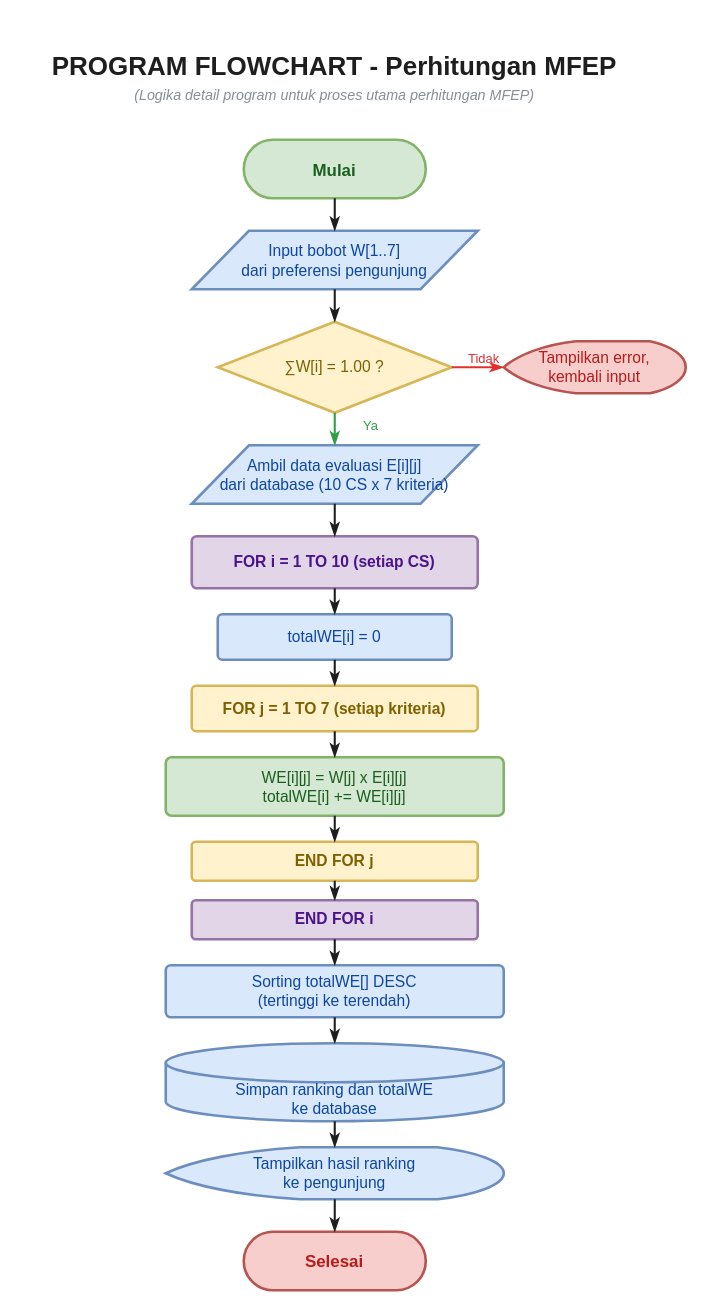
akbarwijayaa/ansi-07 keeps this draw.io diagram as drawio/program_flowchart.drawio. Above is the earlier version. Source tidied: cells renumbered, new cells numbered last; positions are measured from the earlier drawing's top-left corner, leaving out a move shared by most shapes. Both pictures are drawn from the tidied source at 130%, with x=0, y=0 at pixel (22, 48).
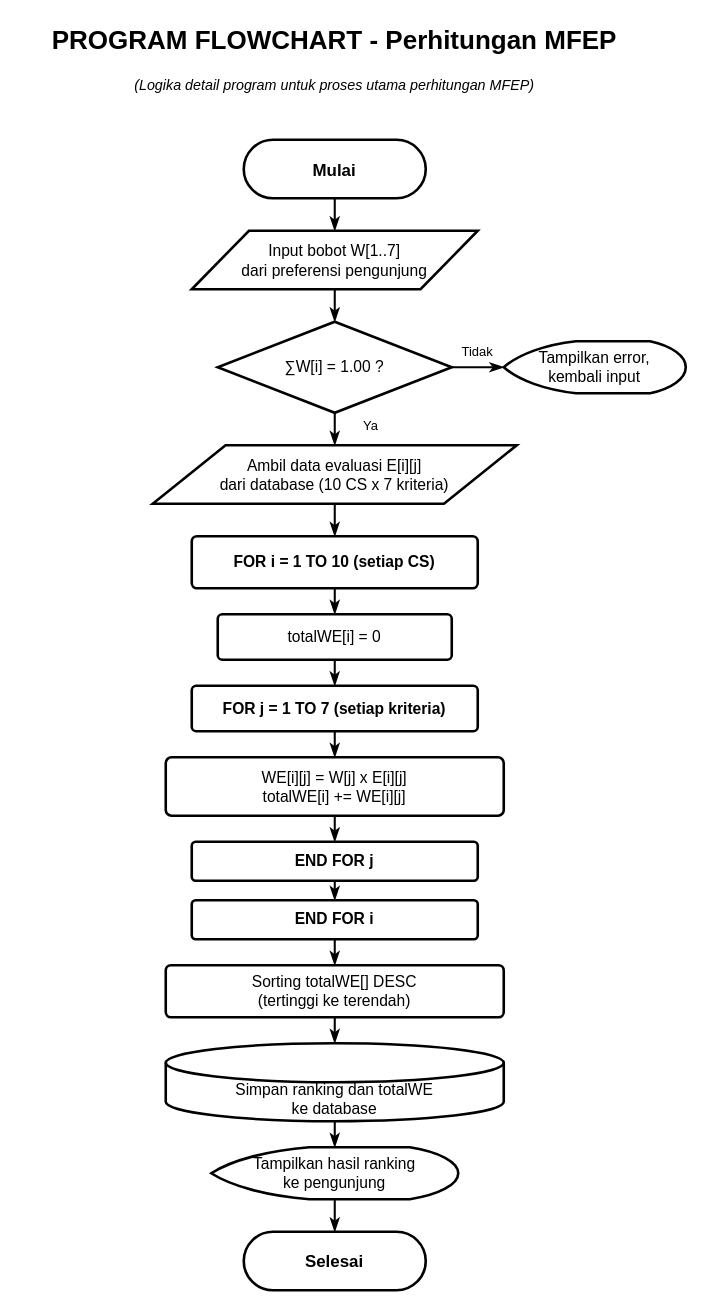
The same page after the edit.

Diff of the diagram source:
```diff
@@
-    <mxCell id="2" value="Mulai" style="rounded=1;arcSize=50;fillColor=#d5e8d4;strokeColor=#82b366;fontColor=#1B5E20;fontSize=13;strokeWidth=2;shadow=0;html=1;whiteSpace=wrap;align=center;verticalAlign=middle;fontStyle=1;" parent="1" vertex="1">
+    <mxCell id="2" value="Mulai" style="rounded=1;arcSize=50;fontSize=13;strokeWidth=2;shadow=0;html=1;whiteSpace=wrap;align=center;verticalAlign=middle;fontStyle=1;fontColor=#000000;" parent="1" vertex="1">
       <mxGeometry x="170" y="70" width="140" height="45" as="geometry" />
     </mxCell>
-    <mxCell id="3" value="Input bobot W[1..7]&lt;br&gt;dari preferensi pengunjung" style="shape=parallelogram;perimeter=parallelogramPerimeter;size=0.2;fillColor=#dae8fc;strokeColor=#6c8ebf;fontColor=#0D47A1;fontSize=12;strokeWidth=2;shadow=0;html=1;whiteSpace=wrap;align=center;verticalAlign=middle;" parent="1" vertex="1">
+    <mxCell id="3" value="Input bobot W[1..7]&lt;br&gt;dari preferensi pengunjung" style="shape=parallelogram;perimeter=parallelogramPerimeter;size=0.2;fontSize=12;strokeWidth=2;shadow=0;html=1;whiteSpace=wrap;align=center;verticalAlign=middle;fontColor=#000000;" parent="1" vertex="1">
       <mxGeometry x="130" y="140" width="220" height="45" as="geometry" />
     </mxCell>
-    <mxCell id="4" value="∑W[i] = 1.00 ?" style="rhombus;fillColor=#fff2cc;strokeColor=#d6b656;fontColor=#7F6000;fontSize=12;strokeWidth=2;shadow=0;html=1;whiteSpace=wrap;align=center;verticalAlign=middle;" parent="1" vertex="1">
+    <mxCell id="4" value="∑W[i] = 1.00 ?" style="rhombus;fontSize=12;strokeWidth=2;shadow=0;html=1;whiteSpace=wrap;align=center;verticalAlign=middle;fontColor=#000000;" parent="1" vertex="1">
       <mxGeometry x="150" y="210" width="180" height="70" as="geometry" />
     </mxCell>
-    <mxCell id="5" value="Tampilkan error,&lt;br&gt;kembali input" style="shape=mxgraph.flowchart.display;fillColor=#f8cecc;strokeColor=#b85450;fontColor=#B71C1C;fontSize=12;strokeWidth=2;shadow=0;html=1;whiteSpace=wrap;align=center;verticalAlign=middle;" parent="1" vertex="1">
+    <mxCell id="5" value="Tampilkan error,&lt;br&gt;kembali input" style="shape=mxgraph.flowchart.display;fontSize=12;strokeWidth=2;shadow=0;html=1;whiteSpace=wrap;align=center;verticalAlign=middle;fontColor=#000000;" parent="1" vertex="1">
       <mxGeometry x="370" y="225" width="140" height="40" as="geometry" />
     </mxCell>
-    <mxCell id="6" value="Ambil data evaluasi E[i][j]&lt;br&gt;dari database (10 CS x 7 kriteria)" style="shape=parallelogram;perimeter=parallelogramPerimeter;size=0.2;fillColor=#dae8fc;strokeColor=#6c8ebf;fontColor=#0D47A1;fontSize=12;strokeWidth=2;shadow=0;html=1;whiteSpace=wrap;align=center;verticalAlign=middle;" parent="1" vertex="1">
-      <mxGeometry x="130" y="305" width="220" height="45" as="geometry" />
+    <mxCell id="6" value="Ambil data evaluasi E[i][j]&lt;br&gt;dari database (10 CS x 7 kriteria)" style="shape=parallelogram;perimeter=parallelogramPerimeter;size=0.2;fontSize=12;strokeWidth=2;shadow=0;html=1;whiteSpace=wrap;align=center;verticalAlign=middle;fontColor=#000000;" parent="1" vertex="1">
+      <mxGeometry x="100" y="305" width="280" height="45" as="geometry" />
     </mxCell>
-    <mxCell id="7" value="FOR i = 1 TO 10 (setiap CS)" style="rounded=1;arcSize=10;fillColor=#e1d5e7;strokeColor=#9673a6;fontColor=#4A148C;fontSize=12;strokeWidth=2;shadow=0;html=1;whiteSpace=wrap;align=center;verticalAlign=middle;fontStyle=1;" parent="1" vertex="1">
+    <mxCell id="7" value="FOR i = 1 TO 10 (setiap CS)" style="rounded=1;arcSize=10;fontSize=12;strokeWidth=2;shadow=0;html=1;whiteSpace=wrap;align=center;verticalAlign=middle;fontStyle=1;fontColor=#000000;" parent="1" vertex="1">
       <mxGeometry x="130" y="375" width="220" height="40" as="geometry" />
     </mxCell>
-    <mxCell id="8" value="totalWE[i] = 0" style="rounded=1;arcSize=10;fillColor=#dae8fc;strokeColor=#6c8ebf;fontColor=#0D47A1;fontSize=12;strokeWidth=2;shadow=0;html=1;whiteSpace=wrap;align=center;verticalAlign=middle;" parent="1" vertex="1">
+    <mxCell id="8" value="totalWE[i] = 0" style="rounded=1;arcSize=10;fontSize=12;strokeWidth=2;shadow=0;html=1;whiteSpace=wrap;align=center;verticalAlign=middle;fontColor=#000000;" parent="1" vertex="1">
       <mxGeometry x="150" y="435" width="180" height="35" as="geometry" />
     </mxCell>
-    <mxCell id="9" value="FOR j = 1 TO 7 (setiap kriteria)" style="rounded=1;arcSize=10;fillColor=#fff2cc;strokeColor=#d6b656;fontColor=#7F6000;fontSize=12;strokeWidth=2;shadow=0;html=1;whiteSpace=wrap;align=center;verticalAlign=middle;fontStyle=1;" parent="1" vertex="1">
+    <mxCell id="9" value="FOR j = 1 TO 7 (setiap kriteria)" style="rounded=1;arcSize=10;fontSize=12;strokeWidth=2;shadow=0;html=1;whiteSpace=wrap;align=center;verticalAlign=middle;fontStyle=1;fontColor=#000000;" parent="1" vertex="1">
       <mxGeometry x="130" y="490" width="220" height="35" as="geometry" />
     </mxCell>
-    <mxCell id="10" value="WE[i][j] = W[j] x E[i][j]&lt;br&gt;totalWE[i] += WE[i][j]" style="rounded=1;arcSize=10;fillColor=#d5e8d4;strokeColor=#82b366;fontColor=#1B5E20;fontSize=12;strokeWidth=2;shadow=0;html=1;whiteSpace=wrap;align=center;verticalAlign=middle;" parent="1" vertex="1">
+    <mxCell id="10" value="WE[i][j] = W[j] x E[i][j]&lt;br&gt;totalWE[i] += WE[i][j]" style="rounded=1;arcSize=10;fontSize=12;strokeWidth=2;shadow=0;html=1;whiteSpace=wrap;align=center;verticalAlign=middle;fontColor=#000000;" parent="1" vertex="1">
       <mxGeometry x="110" y="545" width="260" height="45" as="geometry" />
     </mxCell>
-    <mxCell id="11" value="END FOR j" style="rounded=1;arcSize=10;fillColor=#fff2cc;strokeColor=#d6b656;fontColor=#7F6000;fontSize=12;strokeWidth=2;shadow=0;html=1;whiteSpace=wrap;align=center;verticalAlign=middle;fontStyle=1;" parent="1" vertex="1">
+    <mxCell id="11" value="END FOR j" style="rounded=1;arcSize=10;fontSize=12;strokeWidth=2;shadow=0;html=1;whiteSpace=wrap;align=center;verticalAlign=middle;fontStyle=1;fontColor=#000000;" parent="1" vertex="1">
       <mxGeometry x="130" y="610" width="220" height="30" as="geometry" />
     </mxCell>
-    <mxCell id="12" value="END FOR i" style="rounded=1;arcSize=10;fillColor=#e1d5e7;strokeColor=#9673a6;fontColor=#4A148C;fontSize=12;strokeWidth=2;shadow=0;html=1;whiteSpace=wrap;align=center;verticalAlign=middle;fontStyle=1;" parent="1" vertex="1">
+    <mxCell id="12" value="END FOR i" style="rounded=1;arcSize=10;fontSize=12;strokeWidth=2;shadow=0;html=1;whiteSpace=wrap;align=center;verticalAlign=middle;fontStyle=1;fontColor=#000000;" parent="1" vertex="1">
       <mxGeometry x="130" y="655" width="220" height="30" as="geometry" />
     </mxCell>
-    <mxCell id="13" value="Sorting totalWE[] DESC&lt;br&gt;(tertinggi ke terendah)" style="rounded=1;arcSize=10;fillColor=#dae8fc;strokeColor=#6c8ebf;fontColor=#0D47A1;fontSize=12;strokeWidth=2;shadow=0;html=1;whiteSpace=wrap;align=center;verticalAlign=middle;" parent="1" vertex="1">
+    <mxCell id="13" value="Sorting totalWE[] DESC&lt;br&gt;(tertinggi ke terendah)" style="rounded=1;arcSize=10;fontSize=12;strokeWidth=2;shadow=0;html=1;whiteSpace=wrap;align=center;verticalAlign=middle;fontColor=#000000;" parent="1" vertex="1">
       <mxGeometry x="110" y="705" width="260" height="40" as="geometry" />
     </mxCell>
-    <mxCell id="14" value="Simpan ranking dan totalWE&lt;br&gt;ke database" style="shape=cylinder3;boundedLbl=1;backgroundOutline=1;size=15;fillColor=#dae8fc;strokeColor=#6c8ebf;fontColor=#0D47A1;fontSize=12;strokeWidth=2;shadow=0;html=1;whiteSpace=wrap;align=center;verticalAlign=middle;" parent="1" vertex="1">
+    <mxCell id="14" value="Simpan ranking dan totalWE&lt;br&gt;ke database" style="shape=cylinder3;boundedLbl=1;backgroundOutline=1;size=15;fontSize=12;strokeWidth=2;shadow=0;html=1;whiteSpace=wrap;align=center;verticalAlign=middle;fontColor=#000000;" parent="1" vertex="1">
       <mxGeometry x="110" y="765" width="260" height="60" as="geometry" />
     </mxCell>
-    <mxCell id="15" value="Tampilkan hasil ranking&lt;br&gt;ke pengunjung" style="shape=mxgraph.flowchart.display;fillColor=#dae8fc;strokeColor=#6c8ebf;fontColor=#0D47A1;fontSize=12;strokeWidth=2;shadow=0;html=1;whiteSpace=wrap;align=center;verticalAlign=middle;" parent="1" vertex="1">
-      <mxGeometry x="110" y="845" width="260" height="40" as="geometry" />
+    <mxCell id="15" value="Tampilkan hasil ranking&lt;br&gt;ke pengunjung" style="shape=mxgraph.flowchart.display;fontSize=12;strokeWidth=2;shadow=0;html=1;whiteSpace=wrap;align=center;verticalAlign=middle;fontColor=#000000;" parent="1" vertex="1">
+      <mxGeometry x="145" y="845" width="190" height="40" as="geometry" />
     </mxCell>
-    <mxCell id="16" value="Selesai" style="rounded=1;arcSize=50;fillColor=#f8cecc;strokeColor=#b85450;fontColor=#B71C1C;fontSize=13;strokeWidth=2;shadow=0;html=1;whiteSpace=wrap;align=center;verticalAlign=middle;fontStyle=1;" parent="1" vertex="1">
+    <mxCell id="16" value="Selesai" style="rounded=1;arcSize=50;fontSize=13;strokeWidth=2;shadow=0;html=1;whiteSpace=wrap;align=center;verticalAlign=middle;fontStyle=1;fontColor=#000000;" parent="1" vertex="1">
       <mxGeometry x="170" y="910" width="140" height="45" as="geometry" />
     </mxCell>
-    <mxCell id="17" value="PROGRAM FLOWCHART - Perhitungan MFEP" style="text;html=1;strokeColor=none;fillColor=none;fontColor=#1e1e1e;fontSize=20;align=center;verticalAlign=middle;whiteSpace=wrap;fontStyle=1;" parent="1" vertex="1">
-      <mxGeometry width="480" height="25" as="geometry" />
+    <mxCell id="17" value="PROGRAM FLOWCHART - Perhitungan MFEP" style="text;html=1;fontSize=20;align=center;verticalAlign=middle;whiteSpace=wrap;fontStyle=1;fontColor=#000000;" parent="1" vertex="1">
+      <mxGeometry y="-20" width="480" height="25" as="geometry" />
     </mxCell>
-    <mxCell id="18" value="(Logika detail program untuk proses utama perhitungan MFEP)" style="text;html=1;strokeColor=none;fillColor=none;fontColor=#868e96;fontSize=11;align=center;verticalAlign=middle;whiteSpace=wrap;fontStyle=2;" parent="1" vertex="1">
-      <mxGeometry y="28" width="480" height="16" as="geometry" />
+    <mxCell id="18" value="(Logika detail program untuk proses utama perhitungan MFEP)" style="text;html=1;fontSize=11;align=center;verticalAlign=middle;whiteSpace=wrap;fontStyle=2;fontColor=#000000;" parent="1" vertex="1">
+      <mxGeometry y="20" width="480" height="16" as="geometry" />
     </mxCell>
-    <mxCell id="19" value="Tidak" style="text;html=1;strokeColor=none;fillColor=none;fontColor=#e03131;fontSize=10;align=center;verticalAlign=middle;whiteSpace=wrap;" parent="1" vertex="1">
-      <mxGeometry x="335" y="230" width="40" height="16" as="geometry" />
+    <mxCell id="19" value="Tidak" style="text;html=1;fontSize=10;align=center;verticalAlign=middle;whiteSpace=wrap;fontColor=#000000;" parent="1" vertex="1">
+      <mxGeometry x="330" y="225" width="40" height="16" as="geometry" />
     </mxCell>
-    <mxCell id="20" value="Ya" style="text;html=1;strokeColor=none;fillColor=none;fontColor=#2f9e44;fontSize=10;align=center;verticalAlign=middle;whiteSpace=wrap;" parent="1" vertex="1">
+    <mxCell id="20" value="Ya" style="text;html=1;fontSize=10;align=center;verticalAlign=middle;whiteSpace=wrap;fontColor=#000000;" parent="1" vertex="1">
       <mxGeometry x="248" y="282" width="40" height="16" as="geometry" />
     </mxCell>
-    <mxCell id="21" style="endArrow=classicThin;endFill=1;html=1;rounded=0;strokeColor=#1e1e1e;strokeWidth=1.6;fontColor=#1e1e1e;fontSize=11;" parent="1" edge="1">
+    <mxCell id="21" style="endArrow=classicThin;endFill=1;html=1;rounded=0;strokeWidth=1.6;fontColor=#000000;fontSize=11;" parent="1" edge="1">
       <mxGeometry relative="1" as="geometry">
         <mxPoint x="240" y="115" as="sourcePoint" />
         <mxPoint x="240" y="140" as="targetPoint" />
       </mxGeometry>
     </mxCell>
-    <mxCell id="22" style="endArrow=classicThin;endFill=1;html=1;rounded=0;strokeColor=#1e1e1e;strokeWidth=1.6;fontColor=#1e1e1e;fontSize=11;" parent="1" edge="1">
+    <mxCell id="22" style="endArrow=classicThin;endFill=1;html=1;rounded=0;strokeWidth=1.6;fontColor=#000000;fontSize=11;" parent="1" edge="1">
       <mxGeometry relative="1" as="geometry">
         <mxPoint x="240" y="185" as="sourcePoint" />
         <mxPoint x="240" y="210" as="targetPoint" />
       </mxGeometry>
     </mxCell>
-    <mxCell id="23" style="endArrow=classicThin;endFill=1;html=1;rounded=0;strokeColor=#e03131;strokeWidth=1.6;fontColor=#1e1e1e;fontSize=11;" parent="1" edge="1">
+    <mxCell id="23" style="endArrow=classicThin;endFill=1;html=1;rounded=0;strokeWidth=1.6;fontColor=#000000;fontSize=11;" parent="1" edge="1">
       <mxGeometry relative="1" as="geometry">
         <mxPoint x="330" y="245" as="sourcePoint" />
         <mxPoint x="370" y="245" as="targetPoint" />
       </mxGeometry>
     </mxCell>
-    <mxCell id="24" style="endArrow=classicThin;endFill=1;html=1;rounded=0;strokeColor=#2f9e44;strokeWidth=1.6;fontColor=#1e1e1e;fontSize=11;" parent="1" edge="1">
+    <mxCell id="24" style="endArrow=classicThin;endFill=1;html=1;rounded=0;strokeWidth=1.6;fontColor=#000000;fontSize=11;" parent="1" edge="1">
       <mxGeometry relative="1" as="geometry">
         <mxPoint x="240" y="280" as="sourcePoint" />
         <mxPoint x="240" y="305" as="targetPoint" />
       </mxGeometry>
     </mxCell>
-    <mxCell id="25" style="endArrow=classicThin;endFill=1;html=1;rounded=0;strokeColor=#1e1e1e;strokeWidth=1.6;fontColor=#1e1e1e;fontSize=11;" parent="1" edge="1">
+    <mxCell id="25" style="endArrow=classicThin;endFill=1;html=1;rounded=0;strokeWidth=1.6;fontColor=#000000;fontSize=11;" parent="1" edge="1">
       <mxGeometry relative="1" as="geometry">
         <mxPoint x="240" y="350" as="sourcePoint" />
         <mxPoint x="240" y="375" as="targetPoint" />
       </mxGeometry>
     </mxCell>
-    <mxCell id="26" style="endArrow=classicThin;endFill=1;html=1;rounded=0;strokeColor=#1e1e1e;strokeWidth=1.6;fontColor=#1e1e1e;fontSize=11;" parent="1" edge="1">
+    <mxCell id="26" style="endArrow=classicThin;endFill=1;html=1;rounded=0;strokeWidth=1.6;fontColor=#000000;fontSize=11;" parent="1" edge="1">
       <mxGeometry relative="1" as="geometry">
         <mxPoint x="240" y="415" as="sourcePoint" />
         <mxPoint x="240" y="435" as="targetPoint" />
       </mxGeometry>
     </mxCell>
-    <mxCell id="27" style="endArrow=classicThin;endFill=1;html=1;rounded=0;strokeColor=#1e1e1e;strokeWidth=1.6;fontColor=#1e1e1e;fontSize=11;" parent="1" edge="1">
+    <mxCell id="27" style="endArrow=classicThin;endFill=1;html=1;rounded=0;strokeWidth=1.6;fontColor=#000000;fontSize=11;" parent="1" edge="1">
       <mxGeometry relative="1" as="geometry">
         <mxPoint x="240" y="470" as="sourcePoint" />
         <mxPoint x="240" y="490" as="targetPoint" />
       </mxGeometry>
     </mxCell>
-    <mxCell id="28" style="endArrow=classicThin;endFill=1;html=1;rounded=0;strokeColor=#1e1e1e;strokeWidth=1.6;fontColor=#1e1e1e;fontSize=11;" parent="1" edge="1">
+    <mxCell id="28" style="endArrow=classicThin;endFill=1;html=1;rounded=0;strokeWidth=1.6;fontColor=#000000;fontSize=11;" parent="1" edge="1">
       <mxGeometry relative="1" as="geometry">
         <mxPoint x="240" y="525" as="sourcePoint" />
         <mxPoint x="240" y="545" as="targetPoint" />
       </mxGeometry>
     </mxCell>
-    <mxCell id="29" style="endArrow=classicThin;endFill=1;html=1;rounded=0;strokeColor=#1e1e1e;strokeWidth=1.6;fontColor=#1e1e1e;fontSize=11;" parent="1" edge="1">
+    <mxCell id="29" style="endArrow=classicThin;endFill=1;html=1;rounded=0;strokeWidth=1.6;fontColor=#000000;fontSize=11;" parent="1" edge="1">
       <mxGeometry relative="1" as="geometry">
         <mxPoint x="240" y="590" as="sourcePoint" />
         <mxPoint x="240" y="610" as="targetPoint" />
       </mxGeometry>
     </mxCell>
-    <mxCell id="30" style="endArrow=classicThin;endFill=1;html=1;rounded=0;strokeColor=#1e1e1e;strokeWidth=1.6;fontColor=#1e1e1e;fontSize=11;" parent="1" edge="1">
+    <mxCell id="30" style="endArrow=classicThin;endFill=1;html=1;rounded=0;strokeWidth=1.6;fontColor=#000000;fontSize=11;" parent="1" edge="1">
       <mxGeometry relative="1" as="geometry">
         <mxPoint x="240" y="640" as="sourcePoint" />
         <mxPoint x="240" y="655" as="targetPoint" />
       </mxGeometry>
     </mxCell>
-    <mxCell id="31" style="endArrow=classicThin;endFill=1;html=1;rounded=0;strokeColor=#1e1e1e;strokeWidth=1.6;fontColor=#1e1e1e;fontSize=11;" parent="1" edge="1">
+    <mxCell id="31" style="endArrow=classicThin;endFill=1;html=1;rounded=0;strokeWidth=1.6;fontColor=#000000;fontSize=11;" parent="1" edge="1">
       <mxGeometry relative="1" as="geometry">
         <mxPoint x="240" y="685" as="sourcePoint" />
         <mxPoint x="240" y="705" as="targetPoint" />
       </mxGeometry>
     </mxCell>
-    <mxCell id="32" style="endArrow=classicThin;endFill=1;html=1;rounded=0;strokeColor=#1e1e1e;strokeWidth=1.6;fontColor=#1e1e1e;fontSize=11;" parent="1" edge="1">
+    <mxCell id="32" style="endArrow=classicThin;endFill=1;html=1;rounded=0;strokeWidth=1.6;fontColor=#000000;fontSize=11;" parent="1" edge="1">
       <mxGeometry relative="1" as="geometry">
         <mxPoint x="240" y="745" as="sourcePoint" />
         <mxPoint x="240" y="765" as="targetPoint" />
       </mxGeometry>
     </mxCell>
-    <mxCell id="33" style="endArrow=classicThin;endFill=1;html=1;rounded=0;strokeColor=#1e1e1e;strokeWidth=1.6;fontColor=#1e1e1e;fontSize=11;" parent="1" edge="1">
+    <mxCell id="33" style="endArrow=classicThin;endFill=1;html=1;rounded=0;strokeWidth=1.6;fontColor=#000000;fontSize=11;" parent="1" edge="1">
       <mxGeometry relative="1" as="geometry">
         <mxPoint x="240" y="825" as="sourcePoint" />
         <mxPoint x="240" y="845" as="targetPoint" />
       </mxGeometry>
     </mxCell>
-    <mxCell id="34" style="endArrow=classicThin;endFill=1;html=1;rounded=0;strokeColor=#1e1e1e;strokeWidth=1.6;fontColor=#1e1e1e;fontSize=11;" parent="1" edge="1">
+    <mxCell id="34" style="endArrow=classicThin;endFill=1;html=1;rounded=0;strokeWidth=1.6;fontColor=#000000;fontSize=11;" parent="1" edge="1">
       <mxGeometry relative="1" as="geometry">
         <mxPoint x="240" y="885" as="sourcePoint" />
         <mxPoint x="240" y="910" as="targetPoint" />
       </mxGeometry>
     </mxCell>
```
